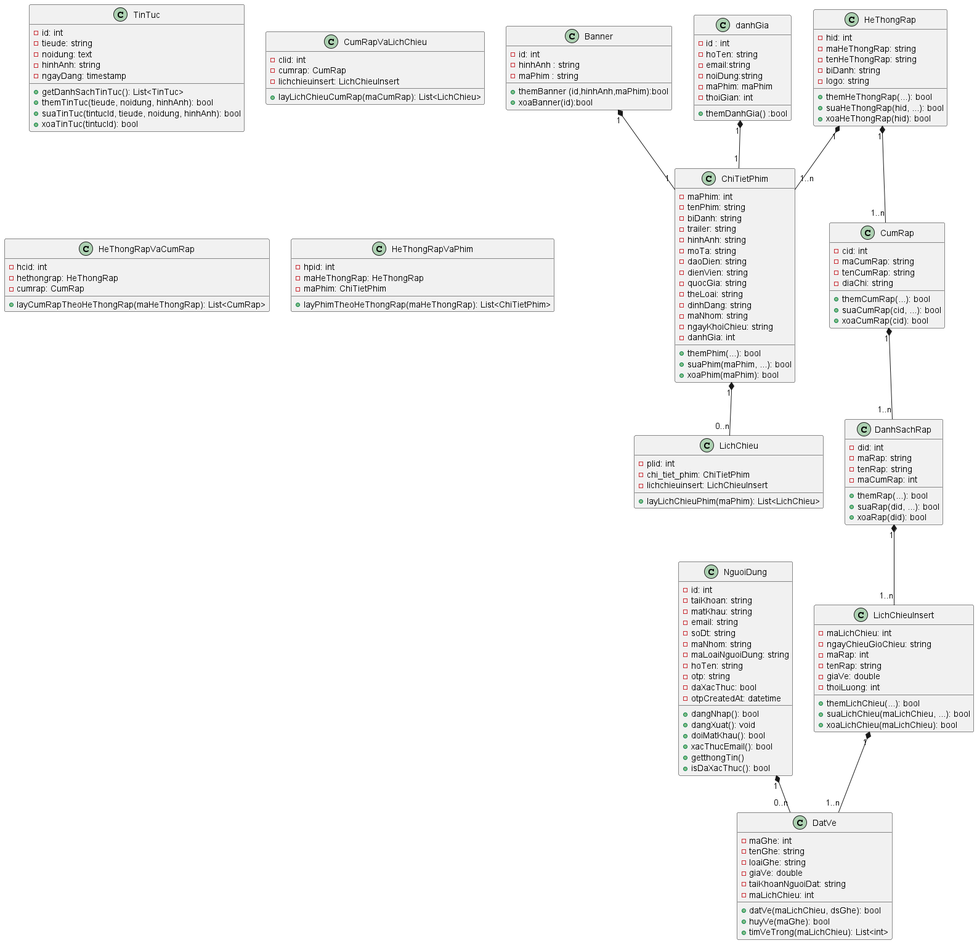
The PlantUML diagram out/test/class.png in thientam2829/Project3, before a commit.
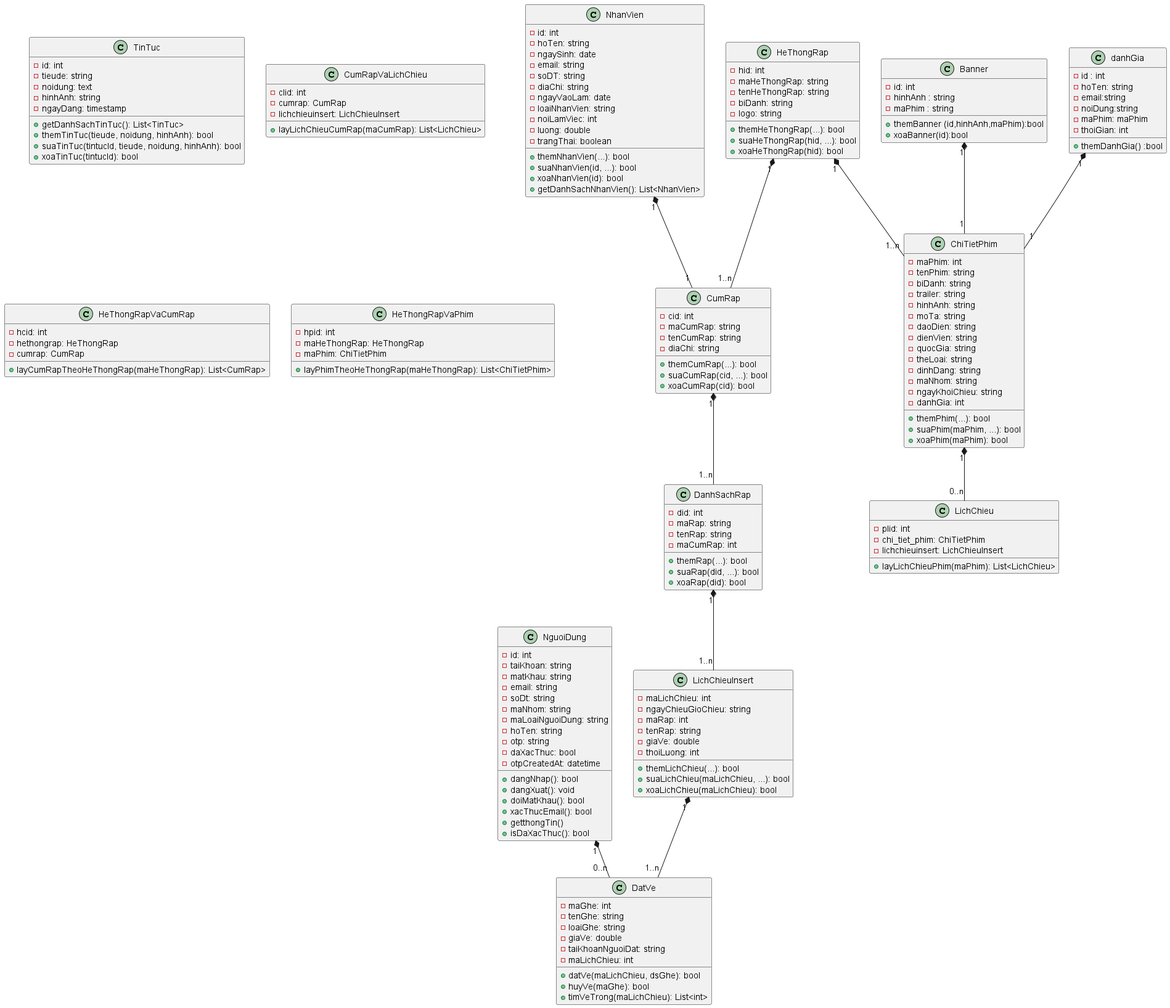
After the change.

Diff of the diagram source:
```diff
@@ -36,27 +36,6 @@
     + themTinTuc(tieude, noidung, hinhAnh): bool
     + suaTinTuc(tintucId, tieude, noidung, hinhAnh): bool
     + xoaTinTuc(tintucId): bool
-}
-
-class ChiTietPhim {
-    - maPhim: int
-    - tenPhim: string
-    - biDanh: string
-    - trailer: string
-    - hinhAnh: string
-    - moTa: string
-    - daoDien: string
-    - dienVien: string
-    - quocGia: string
-    - theLoai: string
-    - dinhDang: string
-    - maNhom: string
-    - ngayKhoiChieu: string
-    - danhGia: int
-    + themPhim(...): bool
-    + suaPhim(maPhim, ...): bool
-    + xoaPhim(maPhim): bool
-
 }
 
 class CumRap {
@@ -150,6 +129,43 @@
     -thoiGian: int
     + themDanhGia() :bool
 }
+class ChiTietPhim {
+- maPhim: int
+- tenPhim: string
+- biDanh: string
+- trailer: string
+- hinhAnh: string
+- moTa: string
+- daoDien: string
+- dienVien: string
+- quocGia: string
+- theLoai: string
+- dinhDang: string
+- maNhom: string
+- ngayKhoiChieu: string
+- danhGia: int
++ themPhim(...): bool
++ suaPhim(maPhim, ...): bool
++ xoaPhim(maPhim): bool
+}
+
+class NhanVien {
+- id: int
+- hoTen: string
+- ngaySinh: date
+- email: string
+- soDT: string
+- diaChi: string
+- ngayVaoLam: date
+- loaiNhanVien: string
+- noiLamViec: int
+- luong: double
+- trangThai: boolean
++ themNhanVien(...): bool
++ suaNhanVien(id, ...): bool
++ xoaNhanVien(id): bool
++ getDanhSachNhanVien(): List<NhanVien>
+}
 NguoiDung "1" *-- "0..n" DatVe
 ChiTietPhim "1" *-- "0..n" LichChieu
 CumRap "1" *-- "1..n" DanhSachRap
@@ -159,4 +175,5 @@
 HeThongRap "1" *-- "1..n" ChiTietPhim
 Banner "1"*--"1" ChiTietPhim
 danhGia "1"*--"1" ChiTietPhim
+NhanVien "1" *-- "1" CumRap
 @enduml
```
